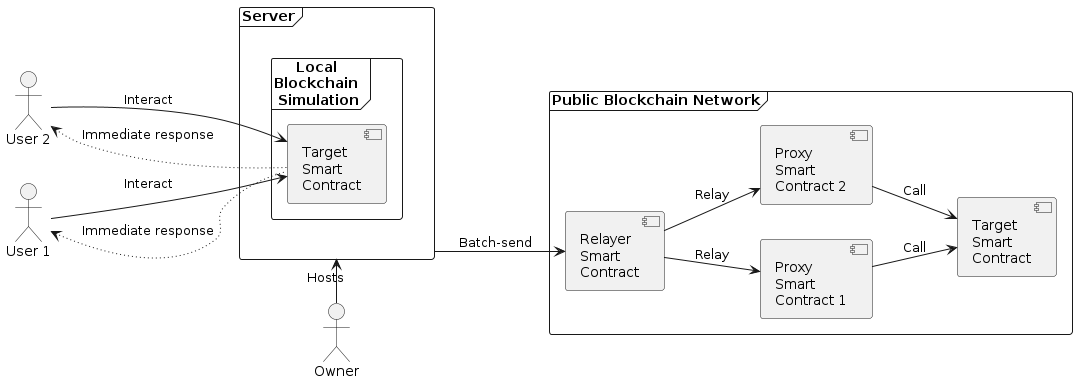
Above: out/UMLs/static_architecture/static_architecture.png in ollie041114/account-abstraction-test (PlantUML), before the change.
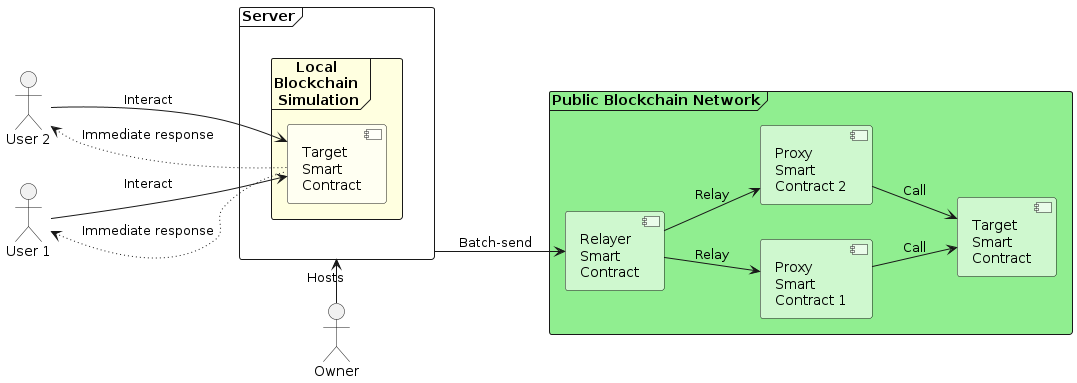
Above is the later version.

Diff of the diagram source:
```diff
@@ -1,27 +1,28 @@
 @startuml
-
 
 actor Owner
 
 actor "User 1" as User1
 
 actor "User 2" as User2
+skinparam ComponentBackgroundColor #FFFFFF90
+!define TRANSPARENT #BFFFBF
 
 
 frame "Server" as Server {
-    frame "Local \nBlockchain \nSimulation" as LocalSim {
+    frame "Local \nBlockchain \nSimulation" as LocalSim #LightYellow {
         component "Target \nSmart \nContract" as LocalTarget
     }
 }
 
 
-frame "Public Blockchain Network" as PubNet {
+frame "Public Blockchain Network" as PubNet #LightGreen {
     component "Relayer \nSmart \nContract" as Relayer
     component "Proxy \nSmart \nContract 1" as Proxy1
     component "Proxy \nSmart \nContract 2" as Proxy2
     component "Target \nSmart \nContract" as Target
+}
 
-}
 
 left to right direction
 User1 -down-> LocalTarget : Interact
```
